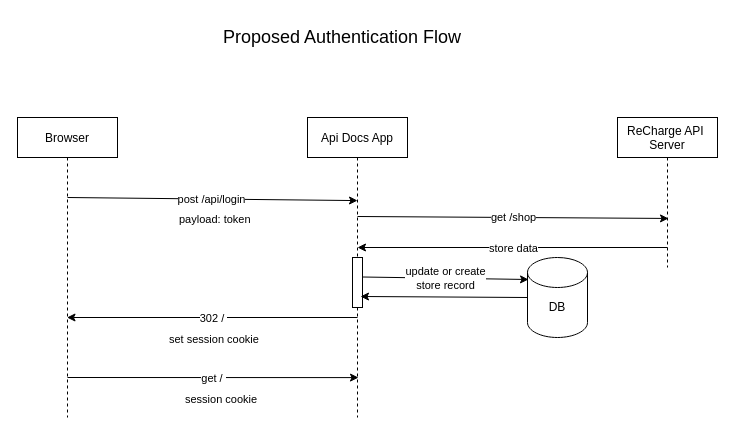
This is ReChargeApiDocs/Authentication Flow.drawio from alexrsunrise/diagrams, a draw.io file, before an edit. Source tidied: cells renumbered, new cells numbered last; positions are measured from the earlier drawing's top-left corner, leaving out a move shared by most shapes. Both pictures are drawn from the tidied source at 100%, with x=0, y=0 at pixel (17, 17).
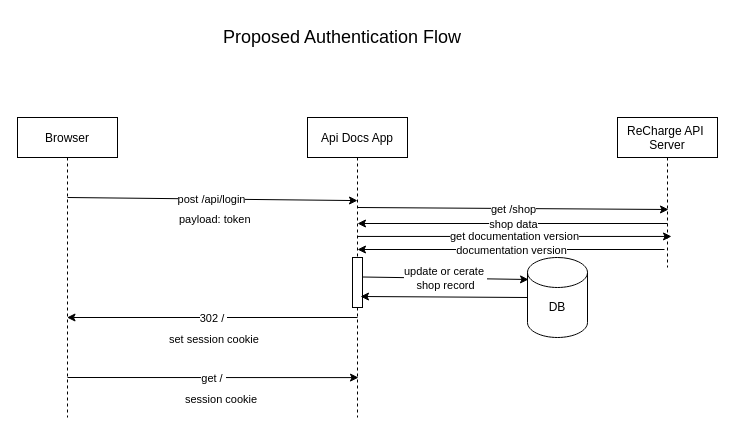
The same diagram, later.

The change refers to these unchanged cells:
```xml
<mxCell id="2" value="Api Docs App" style="shape=umlLifeline;perimeter=lifelinePerimeter;rounded=0;shadow=0;strokeWidth=1;" parent="1" vertex="1">
  <mxGeometry x="290" y="100" width="100" height="300" as="geometry" />
</mxCell>
<mxCell id="3" value="ReCharge API &#10;Server" style="shape=umlLifeline;perimeter=lifelinePerimeter;rounded=0;shadow=0;strokeWidth=1;" parent="1" vertex="1">
  <mxGeometry x="600" y="100" width="100" height="150" as="geometry" />
</mxCell>
<mxCell id="22" style="endArrow=classic;html=1;entryX=0.017;entryY=0.275;entryDx=0;entryDy=0;entryPerimeter=0;" parent="1" edge="1" target="20">
  <mxGeometry relative="1" as="geometry">
    <mxPoint x="345" y="259.5" as="sourcePoint" />
  </mxGeometry>
</mxCell>
```

Change to the diagram source:
```diff
@@
-    <mxCell id="12" style="endArrow=classic;html=1;exitX=0.5;exitY=0.33;exitDx=0;exitDy=0;exitPerimeter=0;entryX=0.51;entryY=0.673;entryDx=0;entryDy=0;entryPerimeter=0;" parent="1" edge="1" source="2" target="3">
-      <mxGeometry relative="1" as="geometry" />
+    <mxCell id="12" style="endArrow=classic;html=1;exitX=0.5;exitY=0.33;exitDx=0;exitDy=0;exitPerimeter=0;entryX=0.51;entryY=0.673;entryDx=0;entryDy=0;entryPerimeter=0;" parent="1" edge="1">
+      <mxGeometry relative="1" as="geometry">
+        <mxPoint x="340" y="190" as="sourcePoint" />
+        <mxPoint x="651" y="192" as="targetPoint" />
+      </mxGeometry>
     </mxCell>
@@
     <mxCell id="14" style="endArrow=classic;html=1;" parent="1" edge="1">
       <mxGeometry relative="1" as="geometry">
-        <mxPoint x="650" y="230" as="sourcePoint" />
-        <mxPoint x="340" y="230" as="targetPoint" />
+        <mxPoint x="650" y="206" as="sourcePoint" />
+        <mxPoint x="340" y="206" as="targetPoint" />
       </mxGeometry>
     </mxCell>
-    <mxCell id="15" value="store data" style="edgeLabel;html=1;align=center;verticalAlign=middle;" parent="14" vertex="1">
+    <mxCell id="15" value="shop data" style="edgeLabel;html=1;align=center;verticalAlign=middle;" parent="14" vertex="1">
       <mxGeometry relative="1" as="geometry" />
     </mxCell>
@@
-    <mxCell id="23" value="update or create&lt;br&gt;store record" style="edgeLabel;html=1;align=center;verticalAlign=middle;" parent="22" vertex="1">
+    <mxCell id="23" value="update or cerate&amp;nbsp;&lt;br&gt;shop record" style="edgeLabel;html=1;align=center;verticalAlign=middle;" parent="22" vertex="1">
       <mxGeometry relative="1" as="geometry" />
     </mxCell>
@@
+    <mxCell id="25" style="endArrow=classic;html=1;entryX=0.54;entryY=0.793;entryDx=0;entryDy=0;entryPerimeter=0;" parent="1" edge="1" source="2" target="3">
+      <mxGeometry relative="1" as="geometry" />
+    </mxCell>
+    <mxCell id="26" value="get documentation version" style="edgeLabel;html=1;align=center;verticalAlign=middle;" parent="25" vertex="1">
+      <mxGeometry relative="1" as="geometry" />
+    </mxCell>
+    <mxCell id="27" style="endArrow=classic;html=1;exitX=0.47;exitY=0.88;exitDx=0;exitDy=0;exitPerimeter=0;entryX=0.5;entryY=0.44;entryDx=0;entryDy=0;entryPerimeter=0;" parent="1" edge="1" source="3" target="2">
+      <mxGeometry relative="1" as="geometry" />
+    </mxCell>
+    <mxCell id="28" value="documentation version" style="edgeLabel;html=1;align=center;verticalAlign=middle;" parent="27" vertex="1">
+      <mxGeometry relative="1" as="geometry" />
+    </mxCell>
```
